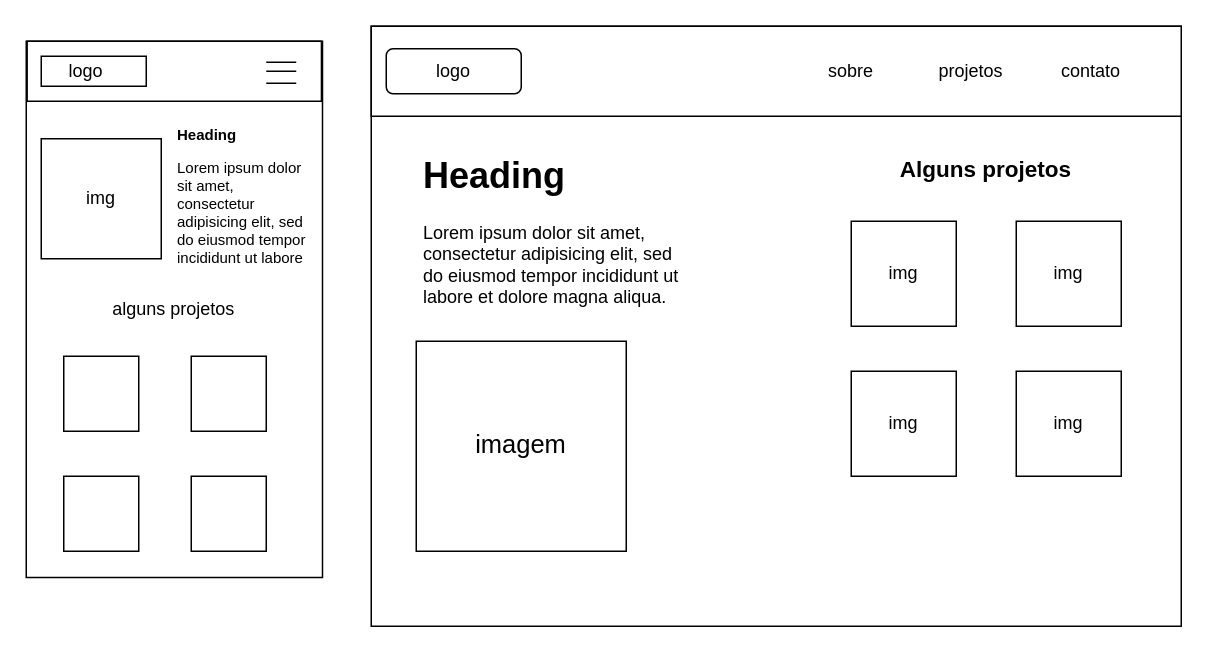
Earlier version of the draw.io diagram wireframes.drawio (Beatrizcaliman0/-wireframes). Source tidied: cells renumbered, new cells numbered last; positions are measured from the earlier drawing's top-left corner, leaving out a move shared by most shapes. Both pictures are drawn from the tidied source at 150%, with x=0, y=0 at pixel (-94, 26).
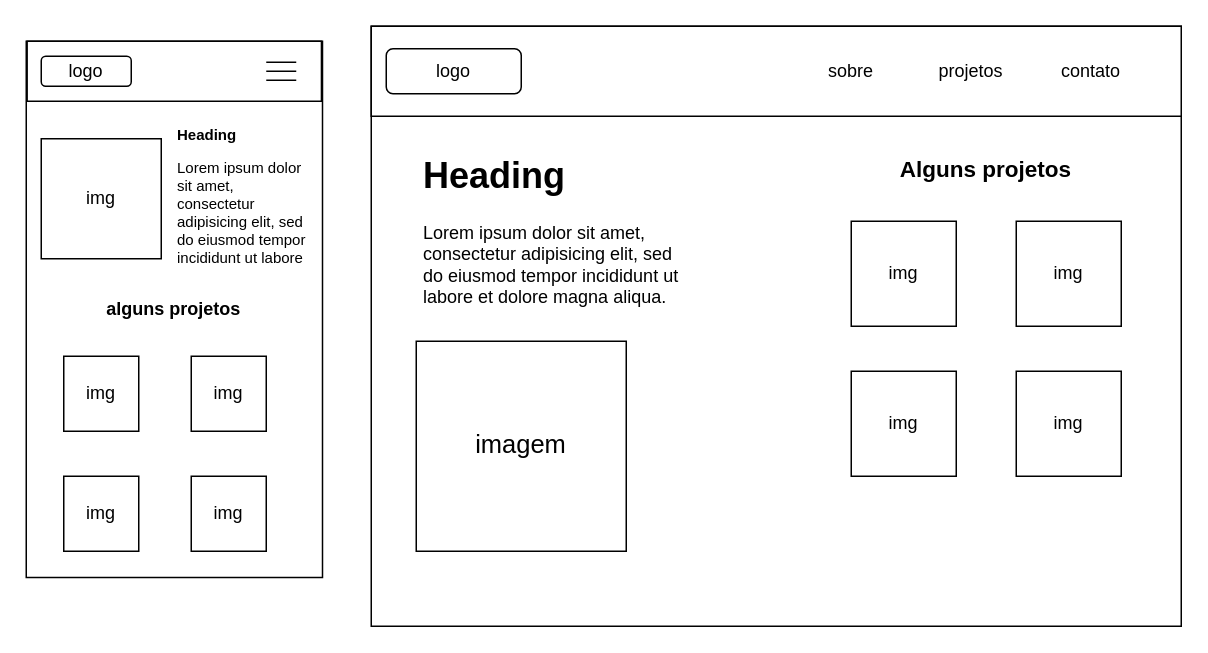
The same diagram, later.

Diff of the diagram source:
```diff
@@
-    <mxCell id="24" style="rounded=0;whiteSpace=wrap;html=1;" parent="1" vertex="1">
-      <mxGeometry x="90" y="20" width="70" height="20" as="geometry" />
-    </mxCell>
-    <mxCell id="25" value="logo" style="text;html=1;strokeColor=none;fillColor=none;align=center;verticalAlign=middle;whiteSpace=wrap;rounded=0;" parent="1" vertex="1">
-      <mxGeometry x="90" y="15" width="60" height="30" as="geometry" />
-    </mxCell>
@@
     <mxCell id="28" style="line;strokeWidth=1;fillColor=none;align=left;verticalAlign=middle;spacingTop=-1;spacingLeft=3;spacingRight=3;labelPosition=right;strokeColor=inherit;" parent="1" vertex="1">
-      <mxGeometry x="240" y="34" width="20" height="8" as="geometry" />
+      <mxGeometry x="240" y="32" width="20" height="8" as="geometry" />
     </mxCell>
@@
-    <mxCell id="32" value="alguns projetos" style="text;html=1;strokeColor=none;fillColor=none;align=center;verticalAlign=middle;whiteSpace=wrap;rounded=0;" parent="1" vertex="1">
+    <mxCell id="32" value="&lt;b&gt;alguns projetos&lt;/b&gt;" style="text;html=1;strokeColor=none;fillColor=none;align=center;verticalAlign=middle;whiteSpace=wrap;rounded=0;" parent="1" vertex="1">
       <mxGeometry x="128.2" y="173.8" width="101" height="30" as="geometry" />
     </mxCell>
@@
+    <mxCell id="37" value="img" style="text;html=1;strokeColor=none;fillColor=none;align=center;verticalAlign=middle;whiteSpace=wrap;rounded=0;" parent="1" vertex="1">
+      <mxGeometry x="100" y="310" width="60" height="30" as="geometry" />
+    </mxCell>
+    <mxCell id="38" value="img" style="text;html=1;strokeColor=none;fillColor=none;align=center;verticalAlign=middle;whiteSpace=wrap;rounded=0;" parent="1" vertex="1">
+      <mxGeometry x="185" y="230" width="60" height="30" as="geometry" />
+    </mxCell>
+    <mxCell id="39" value="img" style="text;html=1;strokeColor=none;fillColor=none;align=center;verticalAlign=middle;whiteSpace=wrap;rounded=0;" parent="1" vertex="1">
+      <mxGeometry x="100" y="230" width="60" height="30" as="geometry" />
+    </mxCell>
+    <mxCell id="40" value="img" style="text;html=1;strokeColor=none;fillColor=none;align=center;verticalAlign=middle;whiteSpace=wrap;rounded=0;" parent="1" vertex="1">
+      <mxGeometry x="185" y="310" width="60" height="30" as="geometry" />
+    </mxCell>
+    <mxCell id="41" style="rounded=1;whiteSpace=wrap;html=1;" parent="1" vertex="1">
+      <mxGeometry x="90" y="20" width="60" height="20" as="geometry" />
+    </mxCell>
+    <mxCell id="25" value="logo" style="text;html=1;strokeColor=none;fillColor=none;align=center;verticalAlign=middle;whiteSpace=wrap;rounded=0;" parent="1" vertex="1">
+      <mxGeometry x="90" y="15" width="60" height="30" as="geometry" />
+    </mxCell>
```
